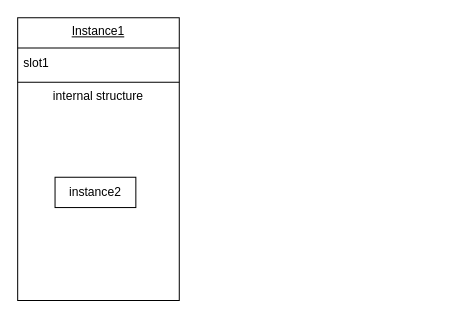
Before: page "第 1 页" (1 of 3) of 人行征信助手规划.drawio in 1040112370/draw_file, a draw.io diagram. Source tidied: cells renumbered, new cells numbered last; positions are measured from the earlier drawing's top-left corner, leaving out a move shared by most shapes. Both pictures are drawn from the tidied source at 101%, with x=0, y=0 at pixel (17, 17).
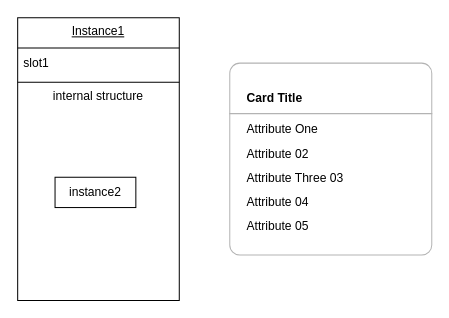
After the change.

Commit message (it also covers changes not shown here):
更新人行征信助手规划.drawio

Diff of the diagram source:
```diff
@@
 <mxGraphModel>
   <root>
     <mxCell id="0" />
     <mxCell id="1" parent="0" />
     <mxCell id="2" value="Instance1" style="swimlane;fontStyle=4;align=center;verticalAlign=top;horizontal=1;startSize=30;html=1;whiteSpace=wrap;" parent="1" vertex="1">
       <mxGeometry width="160" height="280" as="geometry" />
     </mxCell>
     <mxCell id="3" value="slot1" style="html=1;strokeColor=none;fillColor=none;align=left;verticalAlign=middle;spacingLeft=4;spacingRight=4;whiteSpace=wrap;" parent="2" vertex="1">
       <mxGeometry y="30" width="160" height="30" as="geometry" />
     </mxCell>
     <mxCell id="4" style="line;strokeWidth=1;fillColor=none;align=left;verticalAlign=middle;spacingTop=-1;spacingLeft=3;spacingRight=3;labelPosition=right;" parent="2" vertex="1">
       <mxGeometry y="60" width="160" height="8" as="geometry" />
     </mxCell>
     <mxCell id="5" value="internal structure" style="html=1;strokeColor=none;fillColor=none;align=center;verticalAlign=middle;spacingLeft=4;spacingRight=4;whiteSpace=wrap;" parent="2" vertex="1">
       <mxGeometry y="68" width="160" height="20" as="geometry" />
     </mxCell>
     <mxCell id="6" style="swimlane;fontStyle=1;align=center;verticalAlign=top;horizontal=1;startSize=0;html=1;strokeColor=none;fillColor=none;whiteSpace=wrap;" parent="2" vertex="1">
       <mxGeometry y="88" width="160" height="192" as="geometry" />
     </mxCell>
     <mxCell id="7" value="instance2" style="html=1;align=center;verticalAlign=middle;whiteSpace=wrap;" parent="6" vertex="1">
       <mxGeometry width="80" height="30" relative="1" as="geometry">
         <mxPoint x="37" y="70" as="offset" />
       </mxGeometry>
     </mxCell>
+    <mxCell id="8" style="rounded=1;whiteSpace=wrap;html=1;strokeColor=#B3B3B3;arcSize=20;absoluteArcSize=1;" parent="1" vertex="1">
+      <mxGeometry x="210" y="45" width="200" height="190" as="geometry" />
+    </mxCell>
+    <mxCell id="9" value="Card Title" style="shape=partialRectangle;whiteSpace=wrap;html=1;top=0;left=0;fillColor=none;right=0;fontStyle=1;align=left;strokeColor=#B3B3B3;spacingLeft=15;" parent="8" vertex="1">
+      <mxGeometry width="200" height="30" relative="1" as="geometry">
+        <mxPoint y="20" as="offset" />
+      </mxGeometry>
+    </mxCell>
+    <mxCell id="10" value="Attribute One" style="text;html=1;strokeColor=none;fillColor=none;align=left;verticalAlign=middle;whiteSpace=wrap;rounded=0;spacingLeft=15;" parent="8" vertex="1">
+      <mxGeometry width="200" height="24" relative="1" as="geometry">
+        <mxPoint y="54" as="offset" />
+      </mxGeometry>
+    </mxCell>
+    <mxCell id="11" value="Attribute 02" style="text;html=1;strokeColor=none;fillColor=none;align=left;verticalAlign=middle;whiteSpace=wrap;rounded=0;spacingLeft=15;" parent="8" vertex="1">
+      <mxGeometry width="200" height="24" relative="1" as="geometry">
+        <mxPoint y="78" as="offset" />
+      </mxGeometry>
+    </mxCell>
+    <mxCell id="12" value="Attribute Three 03" style="text;html=1;strokeColor=none;fillColor=none;align=left;verticalAlign=middle;whiteSpace=wrap;rounded=0;spacingLeft=15;" parent="8" vertex="1">
+      <mxGeometry width="200" height="24" relative="1" as="geometry">
+        <mxPoint y="102" as="offset" />
+      </mxGeometry>
+    </mxCell>
+    <mxCell id="13" value="Attribute 04" style="text;html=1;strokeColor=none;fillColor=none;align=left;verticalAlign=middle;whiteSpace=wrap;rounded=0;spacingLeft=15;" parent="8" vertex="1">
+      <mxGeometry width="200" height="24" relative="1" as="geometry">
+        <mxPoint y="126" as="offset" />
+      </mxGeometry>
+    </mxCell>
+    <mxCell id="14" value="Attribute 05" style="text;html=1;strokeColor=none;fillColor=none;align=left;verticalAlign=middle;whiteSpace=wrap;rounded=0;spacingLeft=15;" parent="8" vertex="1">
+      <mxGeometry width="200" height="24" relative="1" as="geometry">
+        <mxPoint y="150" as="offset" />
+      </mxGeometry>
+    </mxCell>
   </root>
 </mxGraphModel>
```
